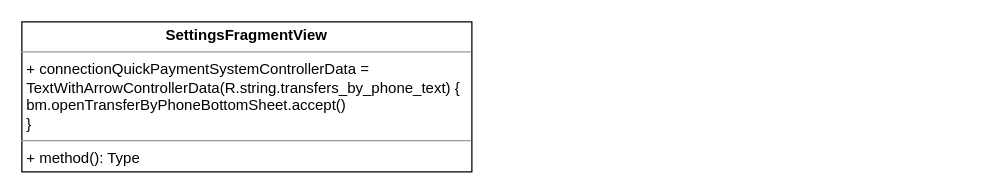
Earlier version of the draw.io diagram UNI-15260.drawio (ShiryaevNikolay/diagrams). Source tidied: cells renumbered, new cells numbered last; positions are measured from the earlier drawing's top-left corner, leaving out a move shared by most shapes. Both pictures are drawn from the tidied source at 125%, with x=0, y=0 at pixel (21, 21).
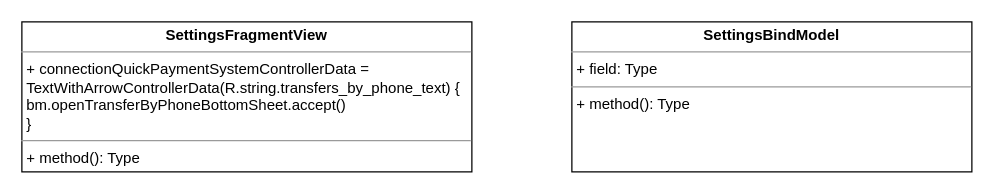
The same page after the edit.

Diff of the diagram source:
```diff
@@
 <mxGraphModel>
   <root>
     <mxCell id="0" />
     <mxCell id="1" parent="0" />
     <mxCell id="2" value="&lt;p style=&quot;margin: 0px ; margin-top: 4px ; text-align: center&quot;&gt;&lt;b&gt;SettingsFragmentView&lt;/b&gt;&lt;/p&gt;&lt;hr size=&quot;1&quot;&gt;&lt;p style=&quot;margin: 0px ; margin-left: 4px&quot;&gt;+ connectionQuickPaymentSystemControllerData =&lt;/p&gt;&lt;p style=&quot;margin: 0px ; margin-left: 4px&quot;&gt;TextWithArrowControllerData(R.string.transfers_by_phone_text) { &lt;br&gt;&lt;/p&gt;&lt;p style=&quot;margin: 0px ; margin-left: 4px&quot;&gt;bm.openTransferByPhoneBottomSheet.accept()&lt;br&gt;&lt;/p&gt;&lt;p style=&quot;margin: 0px ; margin-left: 4px&quot;&gt;}&lt;br&gt;&lt;/p&gt;&lt;hr size=&quot;1&quot;&gt;&lt;p style=&quot;margin: 0px ; margin-left: 4px&quot;&gt;+ method(): Type&lt;/p&gt;" style="verticalAlign=top;align=left;overflow=fill;fontSize=12;fontFamily=Helvetica;html=1;" parent="1" vertex="1">
       <mxGeometry width="360" height="120" as="geometry" />
     </mxCell>
+    <mxCell id="3" value="&lt;p style=&quot;margin: 0px ; margin-top: 4px ; text-align: center&quot;&gt;&lt;b&gt;SettingsBindModel&lt;/b&gt;&lt;/p&gt;&lt;hr size=&quot;1&quot;&gt;&lt;p style=&quot;margin: 0px ; margin-left: 4px&quot;&gt;+ field: Type&lt;/p&gt;&lt;hr size=&quot;1&quot;&gt;&lt;p style=&quot;margin: 0px ; margin-left: 4px&quot;&gt;+ method(): Type&lt;/p&gt;" style="verticalAlign=top;align=left;overflow=fill;fontSize=12;fontFamily=Helvetica;html=1;" parent="1" vertex="1">
+      <mxGeometry x="440" width="320" height="120" as="geometry" />
+    </mxCell>
   </root>
 </mxGraphModel>
```
